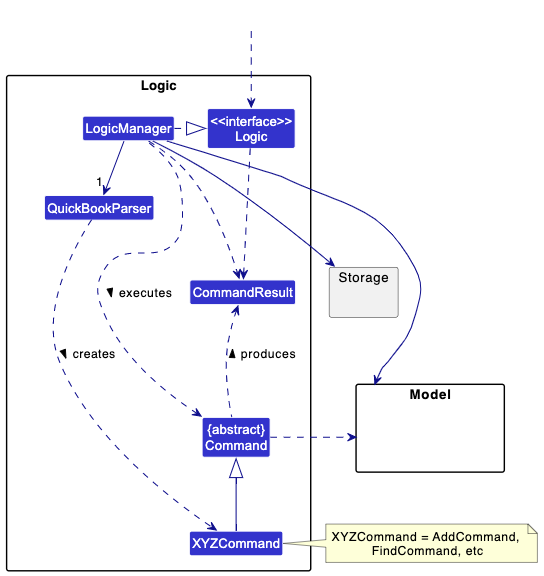
nus-cs2103-AY2223S2/tp keeps this PlantUML diagram as docs/images/LogicClassDiagram.png. Above is the earlier version. Its source is kept beside it as docs/diagrams/LogicClassDiagram.puml.
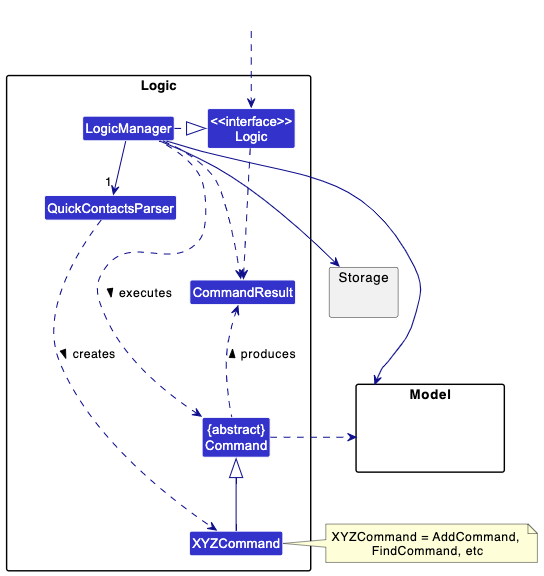
Later version of the same file.

Commit message:
Fix incorrect parser naming

What changed in the source:
```diff
@@ -6,7 +6,7 @@
 
 package Logic {
 
-Class QuickBookParser
+Class QuickContactsParser
 Class XYZCommand
 Class CommandResult
 Class "{abstract}\nCommand" as Command
@@ -27,8 +27,8 @@
 HiddenOutside ..> Logic
 
 LogicManager .right.|> Logic
-LogicManager -right->"1" QuickBookParser
-QuickBookParser ..> XYZCommand : creates >
+LogicManager -right->"1" QuickContactsParser
+QuickContactsParser ..> XYZCommand : creates >
 
 XYZCommand -up-|> Command
 LogicManager .left.> Command : executes >
```
